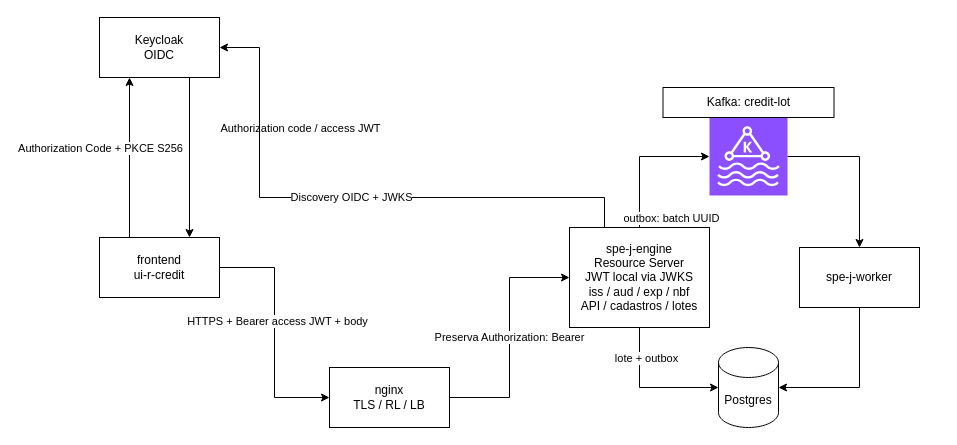
This is docs/arquitetura.drawio from queirozjorge/srm-credit-engine, a draw.io file, before an edit. Source tidied: cells renumbered, new cells numbered last; positions are measured from the earlier drawing's top-left corner, leaving out a move shared by most shapes. Both pictures are drawn from the tidied source at 100%, with x=0, y=0 at pixel (99, 17).
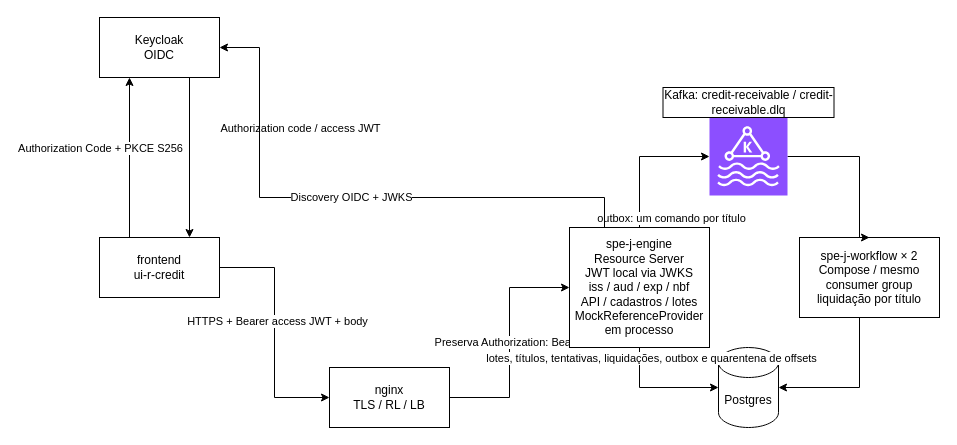
Above is the later version.

Unchanged cells that the change refers to:
```xml
<mxCell id="13" style="edgeStyle=orthogonalEdgeStyle;rounded=0;jettySize=auto;html=1;entryX=0;entryY=0.5;entryDx=0;entryDy=0;entryPerimeter=0;" parent="1" edge="1" source="9" target="12">
  <mxGeometry relative="1" as="geometry">
    <Array as="points">
      <mxPoint x="540" y="139" />
    </Array>
  </mxGeometry>
</mxCell>
<mxCell id="16" style="edgeStyle=orthogonalEdgeStyle;rounded=0;jettySize=auto;html=1;entryX=0;entryY=0.5;entryDx=0;entryDy=0;entryPerimeter=0;" parent="1" edge="1" source="9" target="15">
  <mxGeometry relative="1" as="geometry">
    <Array as="points">
      <mxPoint x="540" y="370" />
    </Array>
  </mxGeometry>
</mxCell>
```

Diff of the diagram source:
```diff
@@
-    <mxCell id="9" value="spe-j-engine&lt;br&gt;Resource Server&lt;br&gt;JWT local via JWKS&lt;br&gt;iss / aud / exp / nbf&lt;br&gt;API / cadastros / lotes" style="rounded=0;whiteSpace=wrap;html=1;" parent="1" vertex="1">
-      <mxGeometry x="470" y="210" width="140" height="100" as="geometry" />
+    <mxCell id="9" value="spe-j-engine&lt;br&gt;Resource Server&lt;br&gt;JWT local via JWKS&lt;br&gt;iss / aud / exp / nbf&lt;br&gt;API / cadastros / lotes&lt;br&gt;MockReferenceProvider em processo" style="rounded=0;whiteSpace=wrap;html=1;" parent="1" vertex="1">
+      <mxGeometry x="470" y="210" width="140" height="120" as="geometry" />
     </mxCell>
-    <mxCell id="10" value="spe-j-worker" style="rounded=0;whiteSpace=wrap;html=1;" parent="1" vertex="1">
-      <mxGeometry x="700" y="230" width="120" height="60" as="geometry" />
+    <mxCell id="10" value="spe-j-workflow × 2&lt;br&gt;Compose / mesmo consumer group&lt;br&gt;liquidação por título" style="rounded=0;whiteSpace=wrap;html=1;" parent="1" vertex="1">
+      <mxGeometry x="700" y="220" width="140" height="80" as="geometry" />
     </mxCell>
@@
-    <mxCell id="14" value="outbox: batch UUID" style="edgeLabel;html=1;align=center;verticalAlign=middle;" parent="13" vertex="1">
+    <mxCell id="14" value="outbox: um comando por título" style="edgeLabel;html=1;align=center;verticalAlign=middle;" parent="13" vertex="1">
       <mxGeometry x="0.57" y="-1" relative="1" as="geometry">
         <mxPoint x="-9" y="60" as="offset" />
       </mxGeometry>
     </mxCell>
@@
-    <mxCell id="17" value="lote + outbox" style="edgeLabel;html=1;align=center;verticalAlign=middle;" parent="16" vertex="1">
+    <mxCell id="17" value="lotes, títulos, tentativas, liquidações, outbox e quarentena de offsets" style="edgeLabel;html=1;align=center;verticalAlign=middle;" parent="16" vertex="1">
       <mxGeometry x="0.45" y="1" relative="1" as="geometry">
         <mxPoint x="-35" y="-29" as="offset" />
       </mxGeometry>
     </mxCell>
@@
-    <mxCell id="19" value="Kafka: credit-lot" style="rounded=0;whiteSpace=wrap;html=1;" parent="1" vertex="1">
+    <mxCell id="19" value="Kafka: credit-receivable / credit-receivable.dlq" style="rounded=0;whiteSpace=wrap;html=1;" parent="1" vertex="1">
       <mxGeometry x="563.5" y="70" width="171" height="30" as="geometry" />
     </mxCell>
```
